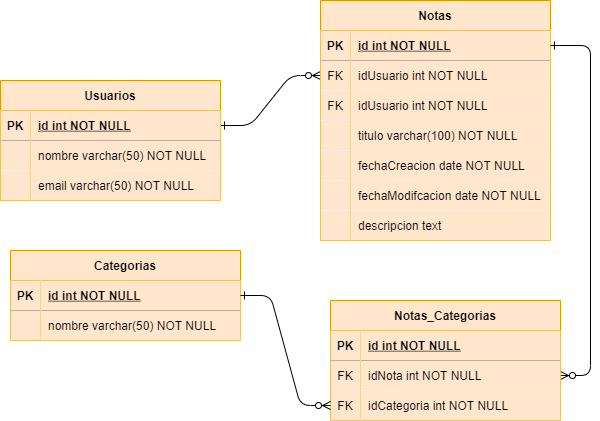
This is tareasDB.png from antoniooroug/tareasDataBase, a draw.io export, as it was before one commit. Source tidied: cells renumbered, new cells last; positions are measured from the earlier drawing's top-left corner, leaving out a move shared by most shapes.
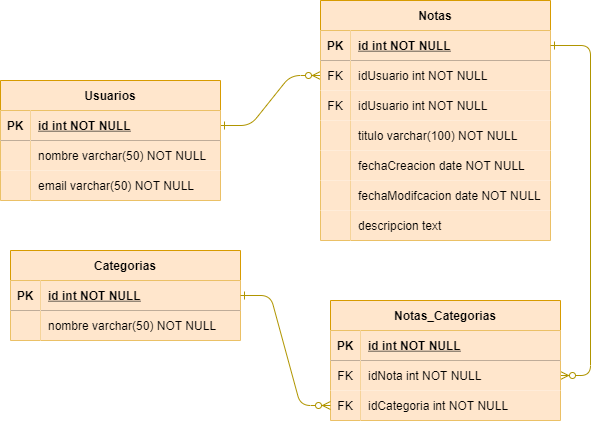
Later version of the same file.

What changed in the source:
```diff
@@ -2,7 +2,7 @@
   <root>
     <mxCell id="0" />
     <mxCell id="1" parent="0" />
-    <mxCell id="2" style="edgeStyle=entityRelationEdgeStyle;endArrow=ERzeroToMany;startArrow=ERone;endFill=1;startFill=0;exitX=1;exitY=0.5;exitDx=0;exitDy=0;" parent="1" edge="1" source="33" target="7">
+    <mxCell id="2" style="edgeStyle=entityRelationEdgeStyle;endArrow=ERzeroToMany;startArrow=ERone;endFill=1;startFill=0;exitX=1;exitY=0.5;exitDx=0;exitDy=0;fillColor=#e3c800;strokeColor=#B09500;" parent="1" edge="1" source="33" target="7">
       <mxGeometry relative="1" as="geometry" />
     </mxCell>
     <mxCell id="3" value="Notas" style="shape=table;startSize=30;rowLines=0;fontStyle=1;align=center;fillColor=#ffe6cc;strokeColor=#d79b00;" parent="1" vertex="1">
@@ -122,7 +122,7 @@
     <mxCell id="41" value="email varchar(50) NOT NULL" style="shape=partialRectangle;overflow=hidden;fillColor=#ffe6cc;top=0;left=0;bottom=0;right=0;align=left;spacingLeft=6;strokeColor=#d79b00;" parent="39" vertex="1">
       <mxGeometry x="30" width="190" height="30" as="geometry" />
     </mxCell>
-    <mxCell id="42" style="edgeStyle=entityRelationEdgeStyle;endArrow=ERzeroToMany;startArrow=ERone;endFill=1;startFill=0;exitX=1;exitY=0.5;exitDx=0;exitDy=0;" parent="1" edge="1" source="4" target="47">
+    <mxCell id="42" style="edgeStyle=entityRelationEdgeStyle;endArrow=ERzeroToMany;startArrow=ERone;endFill=1;startFill=0;exitX=1;exitY=0.5;exitDx=0;exitDy=0;fillColor=#e3c800;strokeColor=#B09500;" parent="1" edge="1" source="4" target="47">
       <mxGeometry relative="1" as="geometry" />
     </mxCell>
     <mxCell id="43" value="Notas_Categorias" style="shape=table;startSize=30;rowLines=0;fontStyle=1;align=center;fillColor=#ffe6cc;strokeColor=#d79b00;" parent="1" vertex="1">
@@ -155,7 +155,7 @@
     <mxCell id="52" value="idCategoria int NOT NULL" style="shape=partialRectangle;overflow=hidden;fillColor=#ffe6cc;top=0;left=0;bottom=0;right=0;align=left;spacingLeft=6;strokeColor=#d79b00;" parent="50" vertex="1">
       <mxGeometry x="30" width="200" height="30" as="geometry" />
     </mxCell>
-    <mxCell id="53" style="edgeStyle=entityRelationEdgeStyle;endArrow=ERzeroToMany;startArrow=ERone;endFill=1;startFill=0;exitX=1;exitY=0.5;exitDx=0;exitDy=0;entryX=0;entryY=0.5;entryDx=0;entryDy=0;" parent="1" edge="1" source="26" target="50">
+    <mxCell id="53" style="edgeStyle=entityRelationEdgeStyle;endArrow=ERzeroToMany;startArrow=ERone;endFill=1;startFill=0;exitX=1;exitY=0.5;exitDx=0;exitDy=0;entryX=0;entryY=0.5;entryDx=0;entryDy=0;fillColor=#e3c800;strokeColor=#B09500;" parent="1" edge="1" source="26" target="50">
       <mxGeometry relative="1" as="geometry" />
     </mxCell>
   </root>
```
